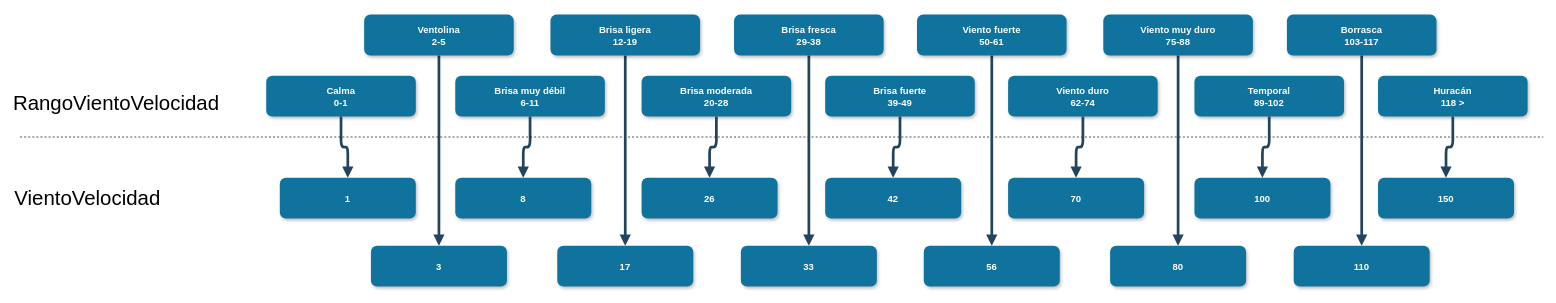
Above: 2. Diseño conceptual/vientovelocidad_example.drawio in gonzalomelov/dw-calidad-aire-docs (draw.io), before the change. Source tidied: cells renumbered, new cells numbered last; positions are measured from the earlier drawing's top-left corner, leaving out a move shared by most shapes. Both pictures are drawn from the tidied source at 68%, with x=0, y=0 at pixel (12, 14).
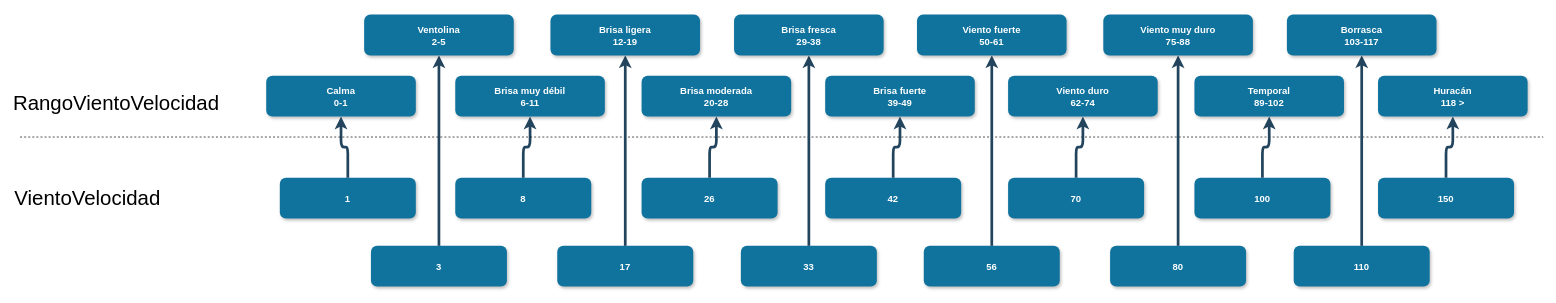
The same page after the edit.

Unchanged cells that the change refers to:
```xml
<mxCell id="2" value="Calma&#10;0-1" style="rounded=1;fillColor=#10739E;strokeColor=none;shadow=1;gradientColor=none;fontStyle=1;fontColor=#FFFFFF;fontSize=14;" parent="1" vertex="1">
<mxCell id="3" value="1" style="rounded=1;fillColor=#10739E;strokeColor=none;shadow=1;gradientColor=none;fontStyle=1;fontColor=#FFFFFF;fontSize=14;" parent="1" vertex="1">
<mxCell id="4" value="3" style="rounded=1;fillColor=#10739E;strokeColor=none;shadow=1;gradientColor=none;fontStyle=1;fontColor=#FFFFFF;fontSize=14;" parent="1" vertex="1">
<mxCell id="7" value="Brisa muy débil&#10;6-11" style="rounded=1;fillColor=#10739E;strokeColor=none;shadow=1;gradientColor=none;fontStyle=1;fontColor=#FFFFFF;fontSize=14;" parent="1" vertex="1">
<mxCell id="8" value="8" style="rounded=1;fillColor=#10739E;strokeColor=none;shadow=1;gradientColor=none;fontStyle=1;fontColor=#FFFFFF;fontSize=14;" parent="1" vertex="1">
<mxCell id="13" value="Ventolina&#10;2-5" style="rounded=1;fillColor=#10739E;strokeColor=none;shadow=1;gradientColor=none;fontStyle=1;fontColor=#FFFFFF;fontSize=14;" parent="1" vertex="1">
<mxCell id="14" value="17" style="rounded=1;fillColor=#10739E;strokeColor=none;shadow=1;gradientColor=none;fontStyle=1;fontColor=#FFFFFF;fontSize=14;" parent="1" vertex="1">
<mxCell id="16" value="Brisa moderada&#10;20-28" style="rounded=1;fillColor=#10739E;strokeColor=none;shadow=1;gradientColor=none;fontStyle=1;fontColor=#FFFFFF;fontSize=14;" parent="1" vertex="1">
<mxCell id="17" value="26" style="rounded=1;fillColor=#10739E;strokeColor=none;shadow=1;gradientColor=none;fontStyle=1;fontColor=#FFFFFF;fontSize=14;" parent="1" vertex="1">
<mxCell id="19" value="Brisa ligera&#10;12-19" style="rounded=1;fillColor=#10739E;strokeColor=none;shadow=1;gradientColor=none;fontStyle=1;fontColor=#FFFFFF;fontSize=14;" parent="1" vertex="1">
<mxCell id="20" value="33" style="rounded=1;fillColor=#10739E;strokeColor=none;shadow=1;gradientColor=none;fontStyle=1;fontColor=#FFFFFF;fontSize=14;" parent="1" vertex="1">
<mxCell id="22" value="Brisa fuerte&#10;39-49" style="rounded=1;fillColor=#10739E;strokeColor=none;shadow=1;gradientColor=none;fontStyle=1;fontColor=#FFFFFF;fontSize=14;" parent="1" vertex="1">
<mxCell id="23" value="42" style="rounded=1;fillColor=#10739E;strokeColor=none;shadow=1;gradientColor=none;fontStyle=1;fontColor=#FFFFFF;fontSize=14;" parent="1" vertex="1">
<mxCell id="25" value="Brisa fresca&#10;29-38" style="rounded=1;fillColor=#10739E;strokeColor=none;shadow=1;gradientColor=none;fontStyle=1;fontColor=#FFFFFF;fontSize=14;" parent="1" vertex="1">
<mxCell id="26" value="56" style="rounded=1;fillColor=#10739E;strokeColor=none;shadow=1;gradientColor=none;fontStyle=1;fontColor=#FFFFFF;fontSize=14;" parent="1" vertex="1">
<mxCell id="28" value="Viento duro&#10;62-74" style="rounded=1;fillColor=#10739E;strokeColor=none;shadow=1;gradientColor=none;fontStyle=1;fontColor=#FFFFFF;fontSize=14;" parent="1" vertex="1">
<mxCell id="29" value="70" style="rounded=1;fillColor=#10739E;strokeColor=none;shadow=1;gradientColor=none;fontStyle=1;fontColor=#FFFFFF;fontSize=14;" parent="1" vertex="1">
<mxCell id="31" value="Viento fuerte&#10;50-61" style="rounded=1;fillColor=#10739E;strokeColor=none;shadow=1;gradientColor=none;fontStyle=1;fontColor=#FFFFFF;fontSize=14;" parent="1" vertex="1">
<mxCell id="32" value="80" style="rounded=1;fillColor=#10739E;strokeColor=none;shadow=1;gradientColor=none;fontStyle=1;fontColor=#FFFFFF;fontSize=14;" parent="1" vertex="1">
<mxCell id="34" value="Temporal&#10;89-102" style="rounded=1;fillColor=#10739E;strokeColor=none;shadow=1;gradientColor=none;fontStyle=1;fontColor=#FFFFFF;fontSize=14;" parent="1" vertex="1">
<mxCell id="35" value="100" style="rounded=1;fillColor=#10739E;strokeColor=none;shadow=1;gradientColor=none;fontStyle=1;fontColor=#FFFFFF;fontSize=14;" parent="1" vertex="1">
<mxCell id="37" value="Viento muy duro&#10;75-88" style="rounded=1;fillColor=#10739E;strokeColor=none;shadow=1;gradientColor=none;fontStyle=1;fontColor=#FFFFFF;fontSize=14;" parent="1" vertex="1">
<mxCell id="38" value="110" style="rounded=1;fillColor=#10739E;strokeColor=none;shadow=1;gradientColor=none;fontStyle=1;fontColor=#FFFFFF;fontSize=14;" parent="1" vertex="1">
<mxCell id="40" value="Huracán&#10;118 &gt;" style="rounded=1;fillColor=#10739E;strokeColor=none;shadow=1;gradientColor=none;fontStyle=1;fontColor=#FFFFFF;fontSize=14;" parent="1" vertex="1">
<mxCell id="41" value="150" style="rounded=1;fillColor=#10739E;strokeColor=none;shadow=1;gradientColor=none;fontStyle=1;fontColor=#FFFFFF;fontSize=14;" parent="1" vertex="1">
<mxCell id="43" value="Borrasca&#10;103-117" style="rounded=1;fillColor=#10739E;strokeColor=none;shadow=1;gradientColor=none;fontStyle=1;fontColor=#FFFFFF;fontSize=14;" parent="1" vertex="1">
```

The edit, as a diff of the source:
```diff
@@
-    <mxCell id="5" style="edgeStyle=elbowEdgeStyle;elbow=vertical;strokeWidth=4;endArrow=block;endFill=1;fontStyle=1;strokeColor=#23445D;exitX=0.5;exitY=1;exitDx=0;exitDy=0;" parent="1" edge="1" source="13" target="4">
+    <mxCell id="5" style="edgeStyle=elbowEdgeStyle;elbow=vertical;strokeWidth=4;endArrow=none;endFill=0;fontStyle=1;strokeColor=#23445D;exitX=0.5;exitY=1;exitDx=0;exitDy=0;startArrow=classic;startFill=1;" parent="1" edge="1" source="13" target="4">
       <mxGeometry x="-8" y="360" as="geometry" />
     </mxCell>
-    <mxCell id="6" style="edgeStyle=elbowEdgeStyle;elbow=vertical;strokeWidth=4;endArrow=block;endFill=1;fontStyle=1;strokeColor=#23445D;" parent="1" edge="1" source="2" target="3">
+    <mxCell id="6" style="edgeStyle=elbowEdgeStyle;elbow=vertical;strokeWidth=4;endArrow=none;endFill=0;fontStyle=1;strokeColor=#23445D;startArrow=classic;startFill=1;" parent="1" edge="1" source="2" target="3">
       <mxGeometry x="-8" y="360" as="geometry" />
     </mxCell>
@@
-    <mxCell id="9" style="edgeStyle=elbowEdgeStyle;elbow=vertical;strokeWidth=4;endArrow=block;endFill=1;fontStyle=1;strokeColor=#23445D;" parent="1" edge="1" source="7" target="8">
+    <mxCell id="9" style="edgeStyle=elbowEdgeStyle;elbow=vertical;strokeWidth=4;endArrow=none;endFill=0;fontStyle=1;strokeColor=#23445D;startArrow=classic;startFill=1;" parent="1" edge="1" source="7" target="8">
       <mxGeometry x="722" y="360" as="geometry" />
     </mxCell>
@@
-    <mxCell id="15" style="edgeStyle=elbowEdgeStyle;elbow=vertical;strokeWidth=4;endArrow=block;endFill=1;fontStyle=1;strokeColor=#23445D;exitX=0.5;exitY=1;exitDx=0;exitDy=0;" parent="1" edge="1" source="19" target="14">
+    <mxCell id="15" style="edgeStyle=elbowEdgeStyle;elbow=vertical;strokeWidth=4;endArrow=none;endFill=0;fontStyle=1;strokeColor=#23445D;exitX=0.5;exitY=1;exitDx=0;exitDy=0;startArrow=classic;startFill=1;" parent="1" edge="1" source="19" target="14">
       <mxGeometry x="266" y="360" as="geometry" />
     </mxCell>
@@
-    <mxCell id="18" style="edgeStyle=elbowEdgeStyle;elbow=vertical;strokeWidth=4;endArrow=block;endFill=1;fontStyle=1;strokeColor=#23445D;" parent="1" edge="1" source="16" target="17">
+    <mxCell id="18" style="edgeStyle=elbowEdgeStyle;elbow=vertical;strokeWidth=4;endArrow=none;endFill=0;fontStyle=1;strokeColor=#23445D;startArrow=classic;startFill=1;" parent="1" edge="1" source="16" target="17">
       <mxGeometry x="996" y="360" as="geometry" />
     </mxCell>
@@
-    <mxCell id="21" style="edgeStyle=elbowEdgeStyle;elbow=vertical;strokeWidth=4;endArrow=block;endFill=1;fontStyle=1;strokeColor=#23445D;exitX=0.5;exitY=1;exitDx=0;exitDy=0;" parent="1" edge="1" source="25" target="20">
+    <mxCell id="21" style="edgeStyle=elbowEdgeStyle;elbow=vertical;strokeWidth=4;endArrow=none;endFill=0;fontStyle=1;strokeColor=#23445D;exitX=0.5;exitY=1;exitDx=0;exitDy=0;startArrow=classic;startFill=1;" parent="1" edge="1" source="25" target="20">
       <mxGeometry x="536" y="360" as="geometry" />
     </mxCell>
@@
-    <mxCell id="24" style="edgeStyle=elbowEdgeStyle;elbow=vertical;strokeWidth=4;endArrow=block;endFill=1;fontStyle=1;strokeColor=#23445D;" parent="1" edge="1" source="22" target="23">
+    <mxCell id="24" style="edgeStyle=elbowEdgeStyle;elbow=vertical;strokeWidth=4;endArrow=none;endFill=0;fontStyle=1;strokeColor=#23445D;startArrow=classic;startFill=1;" parent="1" edge="1" source="22" target="23">
       <mxGeometry x="1266" y="360" as="geometry" />
     </mxCell>
@@
-    <mxCell id="27" style="edgeStyle=elbowEdgeStyle;elbow=vertical;strokeWidth=4;endArrow=block;endFill=1;fontStyle=1;strokeColor=#23445D;exitX=0.5;exitY=1;exitDx=0;exitDy=0;" parent="1" edge="1" source="31" target="26">
+    <mxCell id="27" style="edgeStyle=elbowEdgeStyle;elbow=vertical;strokeWidth=4;endArrow=none;endFill=0;fontStyle=1;strokeColor=#23445D;exitX=0.5;exitY=1;exitDx=0;exitDy=0;startArrow=classic;startFill=1;" parent="1" edge="1" source="31" target="26">
       <mxGeometry x="805" y="360" as="geometry" />
     </mxCell>
@@
-    <mxCell id="30" style="edgeStyle=elbowEdgeStyle;elbow=vertical;strokeWidth=4;endArrow=block;endFill=1;fontStyle=1;strokeColor=#23445D;" parent="1" edge="1" source="28" target="29">
+    <mxCell id="30" style="edgeStyle=elbowEdgeStyle;elbow=vertical;strokeWidth=4;endArrow=none;endFill=0;fontStyle=1;strokeColor=#23445D;startArrow=classic;startFill=1;" parent="1" edge="1" source="28" target="29">
       <mxGeometry x="1535" y="360" as="geometry" />
     </mxCell>
@@
-    <mxCell id="33" style="edgeStyle=elbowEdgeStyle;elbow=vertical;strokeWidth=4;endArrow=block;endFill=1;fontStyle=1;strokeColor=#23445D;exitX=0.5;exitY=1;exitDx=0;exitDy=0;" parent="1" edge="1" source="37" target="32">
+    <mxCell id="33" style="edgeStyle=elbowEdgeStyle;elbow=vertical;strokeWidth=4;endArrow=none;endFill=0;fontStyle=1;strokeColor=#23445D;exitX=0.5;exitY=1;exitDx=0;exitDy=0;startArrow=classic;startFill=1;" parent="1" edge="1" source="37" target="32">
       <mxGeometry x="1079" y="360" as="geometry" />
     </mxCell>
@@
-    <mxCell id="36" style="edgeStyle=elbowEdgeStyle;elbow=vertical;strokeWidth=4;endArrow=block;endFill=1;fontStyle=1;strokeColor=#23445D;" parent="1" edge="1" source="34" target="35">
+    <mxCell id="36" style="edgeStyle=elbowEdgeStyle;elbow=vertical;strokeWidth=4;endArrow=none;endFill=0;fontStyle=1;strokeColor=#23445D;startArrow=classic;startFill=1;" parent="1" edge="1" source="34" target="35">
       <mxGeometry x="1809" y="360" as="geometry" />
     </mxCell>
@@
-    <mxCell id="39" style="edgeStyle=elbowEdgeStyle;elbow=vertical;strokeWidth=4;endArrow=block;endFill=1;fontStyle=1;strokeColor=#23445D;exitX=0.5;exitY=1;exitDx=0;exitDy=0;" parent="1" edge="1" source="43" target="38">
+    <mxCell id="39" style="edgeStyle=elbowEdgeStyle;elbow=vertical;strokeWidth=4;endArrow=none;endFill=0;fontStyle=1;strokeColor=#23445D;exitX=0.5;exitY=1;exitDx=0;exitDy=0;startArrow=classic;startFill=1;" parent="1" edge="1" source="43" target="38">
       <mxGeometry x="1349" y="360" as="geometry" />
     </mxCell>
@@
-    <mxCell id="42" style="edgeStyle=elbowEdgeStyle;elbow=vertical;strokeWidth=4;endArrow=block;endFill=1;fontStyle=1;strokeColor=#23445D;" parent="1" edge="1" source="40" target="41">
+    <mxCell id="42" style="edgeStyle=elbowEdgeStyle;elbow=vertical;strokeWidth=4;endArrow=none;endFill=0;fontStyle=1;strokeColor=#23445D;startArrow=classic;startFill=1;" parent="1" edge="1" source="40" target="41">
       <mxGeometry x="2079" y="360" as="geometry" />
     </mxCell>
```
